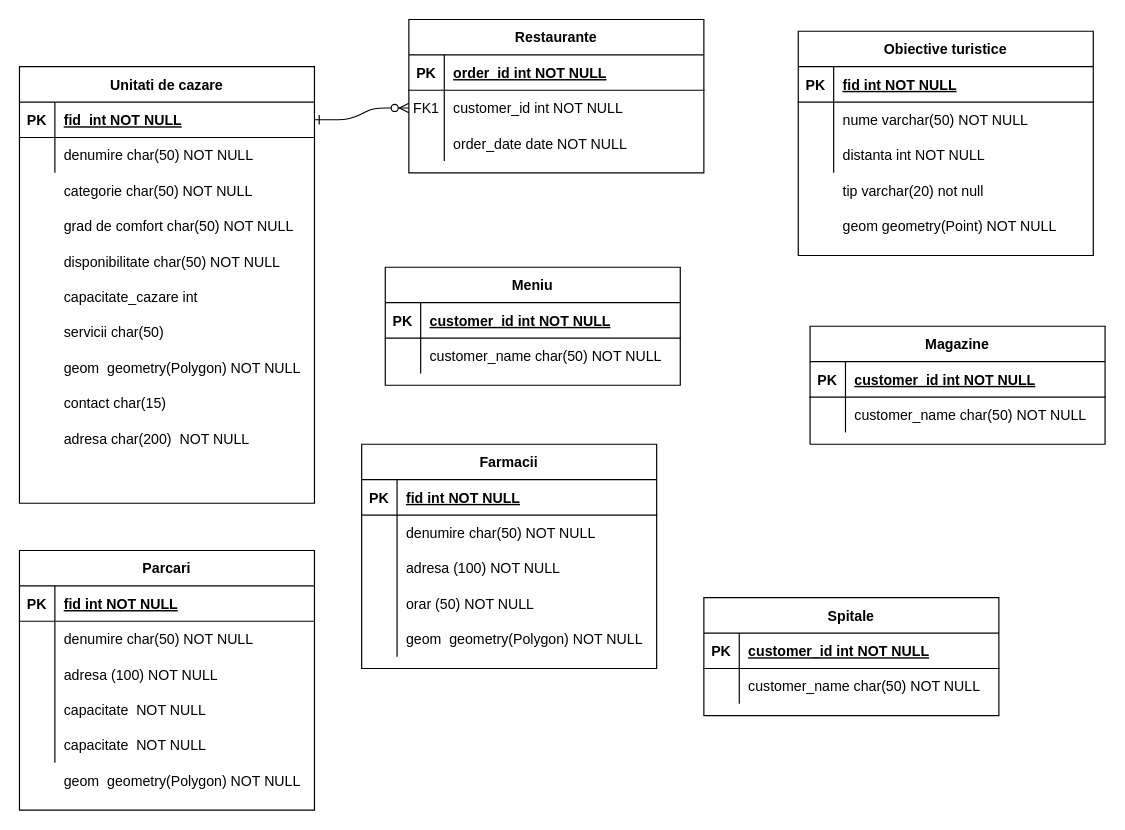
Before: statiune_turistica.drawio in RalucaDB/statiune_turistica, a draw.io diagram. Source tidied: cells renumbered, new cells numbered last; positions are measured from the earlier drawing's top-left corner, leaving out a move shared by most shapes. Both pictures are drawn from the tidied source at 118%, with x=0, y=0 at pixel (19, 19).
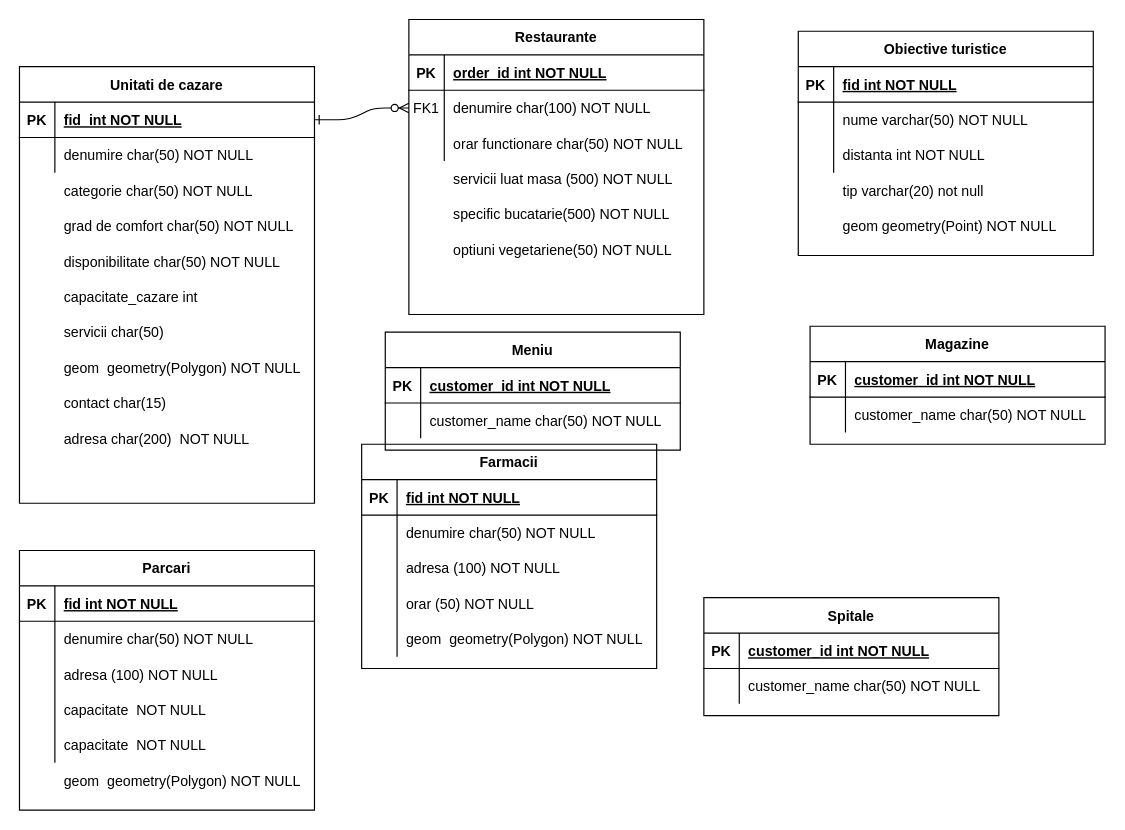
The same diagram, later.

The change refers to these unchanged cells:
```xml
<mxCell id="7" style="shape=partialRectangle;fillColor=none;points=[[0,0.5],[1,0.5]];portConstraint=eastwest;top=0;left=0;right=0;bottom=0;" parent="3" vertex="1">
  <mxGeometry y="60" width="250" height="30" as="geometry" />
</mxCell>
<mxCell id="10" style="shape=partialRectangle;fillColor=none;top=0;left=0;right=0;bottom=0;" parent="3" vertex="1">
  <mxGeometry y="90" width="250" height="30" as="geometry" />
</mxCell>
```

Change to the diagram source:
```diff
@@
     <mxCell id="3" value="Restaurante" style="shape=table;startSize=30;childLayout=tableLayout;rowLines=0;fontStyle=1;align=center;" parent="1" vertex="1">
-      <mxGeometry x="330" width="250" height="130" as="geometry" />
+      <mxGeometry x="330" width="250" height="250" as="geometry" />
     </mxCell>
@@
-    <mxCell id="9" value="customer_id int NOT NULL" style="shape=partialRectangle;overflow=hidden;fillColor=none;top=0;left=0;bottom=0;right=0;align=left;spacingLeft=6;" parent="7" vertex="1">
+    <mxCell id="9" value="denumire char(100) NOT NULL" style="shape=partialRectangle;overflow=hidden;fillColor=none;top=0;left=0;bottom=0;right=0;align=left;spacingLeft=6;" parent="7" vertex="1">
       <mxGeometry x="30" width="220" height="30" as="geometry" />
     </mxCell>
@@
-    <mxCell id="12" value="order_date date NOT NULL" style="shape=partialRectangle;overflow=hidden;fillColor=none;top=0;left=0;bottom=0;right=0;align=left;spacingLeft=6;" parent="10" vertex="1">
+    <mxCell id="12" value="orar functionare char(50) NOT NULL" style="shape=partialRectangle;overflow=hidden;fillColor=none;top=0;left=0;bottom=0;right=0;align=left;spacingLeft=6;" parent="10" vertex="1">
       <mxGeometry x="30" width="220" height="30" as="geometry" />
     </mxCell>
@@
     <mxCell id="76" value="Meniu" style="shape=table;startSize=30;childLayout=tableLayout;rowLines=0;fontStyle=1;align=center;" parent="1" vertex="1">
-      <mxGeometry x="310" y="210" width="250" height="100" as="geometry" />
+      <mxGeometry x="310" y="265" width="250" height="100" as="geometry" />
     </mxCell>
@@
+    <mxCell id="101" value="servicii luat masa (500) NOT NULL" style="shape=partialRectangle;overflow=hidden;fillColor=none;top=0;left=0;bottom=0;right=0;align=left;spacingLeft=6;" parent="1" vertex="1">
+      <mxGeometry x="360" y="120" width="220" height="30" as="geometry" />
+    </mxCell>
@@
+    <mxCell id="102" value="specific bucatarie(500) NOT NULL" style="shape=partialRectangle;overflow=hidden;fillColor=none;top=0;left=0;bottom=0;right=0;align=left;spacingLeft=6;" parent="1" vertex="1">
+      <mxGeometry x="360" y="150" width="220" height="30" as="geometry" />
+    </mxCell>
@@
+    <mxCell id="103" value="optiuni vegetariene(50) NOT NULL" style="shape=partialRectangle;overflow=hidden;fillColor=none;top=0;left=0;bottom=0;right=0;align=left;spacingLeft=6;" parent="1" vertex="1">
+      <mxGeometry x="360" y="180" width="220" height="30" as="geometry" />
+    </mxCell>
```
